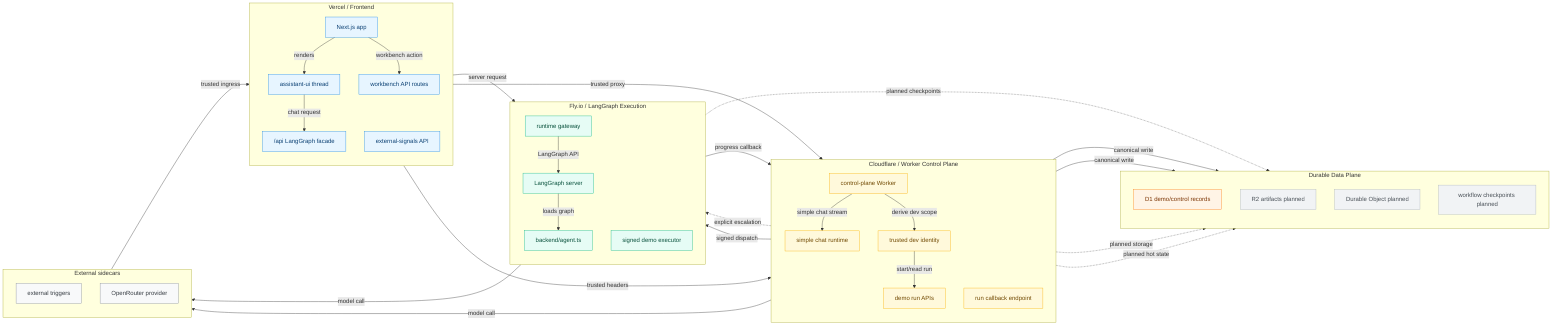
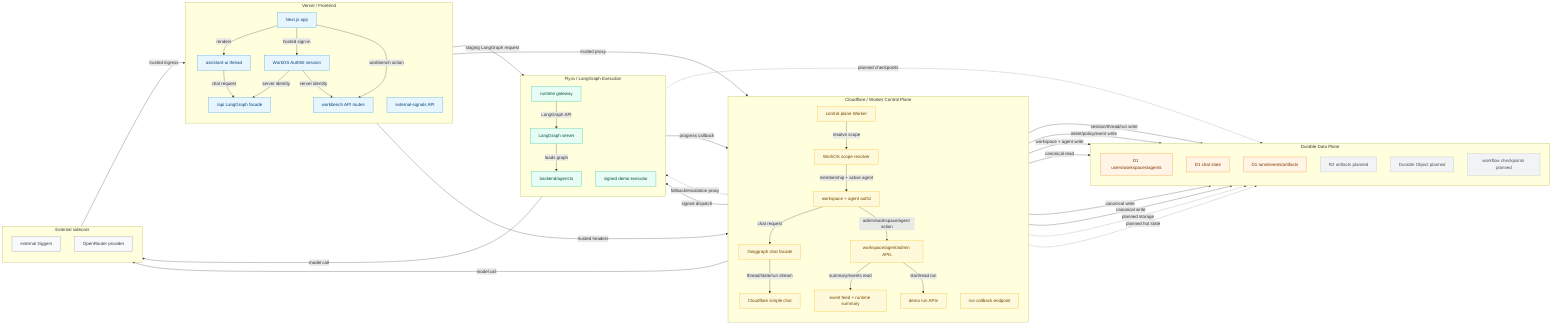
flowchart LR
  %% Assistant-mk1 current hosted implementation topology.
  %% Four-pillar source for paste-into-Excalidraw rendering.

  classDef vercel fill:#e7f5ff,stroke:#228be6,color:#0b4073
  classDef cloudflare fill:#fff9db,stroke:#fab005,color:#704800
  classDef fly fill:#e6fcf5,stroke:#12b886,color:#064f3a
  classDef data fill:#fff4e6,stroke:#fd7e14,color:#7a3300
  classDef sidecar fill:#f8f9fa,stroke:#868e96,color:#343a40
  classDef planned fill:#f1f3f5,stroke:#adb5bd,color:#495057

  subgraph sg_vercel["Vercel / Frontend"]
    direction TB
    nextApp["Next.js app"]
+     authKit["WorkOS AuthKit session"]
    assistantUi["assistant-ui thread"]
    apiFacade["/api LangGraph facade"]
    signalApi["external-signals API"]
    workbenchApi["workbench API routes"]
  end

  subgraph sg_cf["Cloudflare / Worker Control Plane"]
    direction TB
    worker["control-plane Worker"]
-     trustedIdentity["trusted dev identity"]
-     simpleChat["simple chat runtime"]
+     scopeResolver["WorkOS scope resolver"]
+     authz["workspace + agent authz"]
+     chatFacade["/langgraph chat facade"]
+     simpleChat["Cloudflare simple chat"]
+     workbenchControl["workspace/agent/admin APIs"]
+     eventFeed["event feed + runtime summary"]
    demoRuns["demo run APIs"]
    callback["run callback endpoint"]
  end

  subgraph sg_fly["Fly.io / LangGraph Execution"]
    direction TB
    gateway["runtime gateway"]
    langgraph["LangGraph server"]
    agentGraph["backend/agent.ts"]
    executor["signed demo executor"]
  end

  subgraph sg_data["Durable Data Plane"]
    direction TB
-     d1["D1 demo/control records"]
+     d1Identity["D1 users/workspaces/agents"]
+     d1Chat["D1 chat state"]
+     d1Control["D1 runs/events/artifacts"]
    r2["R2 artifacts planned"]
    durableObject["Durable Object planned"]
    workflowState["workflow checkpoints planned"]
  end

  subgraph sg_sidecar["External sidecars"]
    direction TB
    externalTriggers["external triggers"]
    openrouter["OpenRouter provider"]
  end

  nextApp -- "renders" --> assistantUi
+   nextApp -- "hosted sign-in" --> authKit
  assistantUi -- "chat request" --> apiFacade
  apiFacade -- "trusted proxy" --> worker
-   worker -- "simple chat stream" --> simpleChat
+   authKit -- "server identity" --> apiFacade
+   worker -- "resolve scope" --> scopeResolver
+   scopeResolver -- "membership + active agent" --> authz
+   authz -- "chat request" --> chatFacade
+   chatFacade -- "thread/state/run stream" --> simpleChat
  simpleChat -- "model call" --> openrouter
-   worker -. "explicit escalation" .-> gateway
+   simpleChat -- "session/thread/run write" --> d1Chat
+   simpleChat -- "intent/policy/event write" --> d1Control
+   worker -. "fallback/escalation proxy" .-> gateway
  gateway -- "LangGraph API" --> langgraph
  langgraph -- "loads graph" --> agentGraph
  agentGraph -- "model call" --> openrouter

  externalTriggers -- "trusted ingress" --> signalApi
-   signalApi -- "server request" --> gateway
+   signalApi -- "staging LangGraph request" --> gateway

  nextApp -- "workbench action" --> workbenchApi
  workbenchApi -- "trusted headers" --> worker
-   worker -- "derive dev scope" --> trustedIdentity
-   trustedIdentity -- "start/read run" --> demoRuns
-   demoRuns -- "canonical write" --> d1
+   authKit -- "server identity" --> workbenchApi
+   authz -- "admin/workspace/agent action" --> workbenchControl
+   workbenchControl -- "workspace + agent write" --> d1Identity
+   workbenchControl -- "summary/events read" --> eventFeed
+   eventFeed -- "canonical read" --> d1Control
+   workbenchControl -- "start/read run" --> demoRuns
+   demoRuns -- "canonical write" --> d1Control
  demoRuns -- "signed dispatch" --> executor
  executor -- "progress callback" --> callback
-   callback -- "canonical write" --> d1
+   callback -- "canonical write" --> d1Control

  worker -. "planned storage" .-> r2
  worker -. "planned hot state" .-> durableObject
  langgraph -. "planned checkpoints" .-> workflowState

-   class nextApp,assistantUi,apiFacade,signalApi,workbenchApi vercel
-   class worker,trustedIdentity,simpleChat,demoRuns,callback cloudflare
+   class nextApp,authKit,assistantUi,apiFacade,signalApi,workbenchApi vercel
+   class worker,scopeResolver,authz,chatFacade,simpleChat,workbenchControl,eventFeed,demoRuns,callback cloudflare
  class gateway,langgraph,agentGraph,executor fly
-   class d1 data
+   class d1Identity,d1Chat,d1Control data
  class r2,durableObject,workflowState planned
  class externalTriggers,openrouter sidecar
